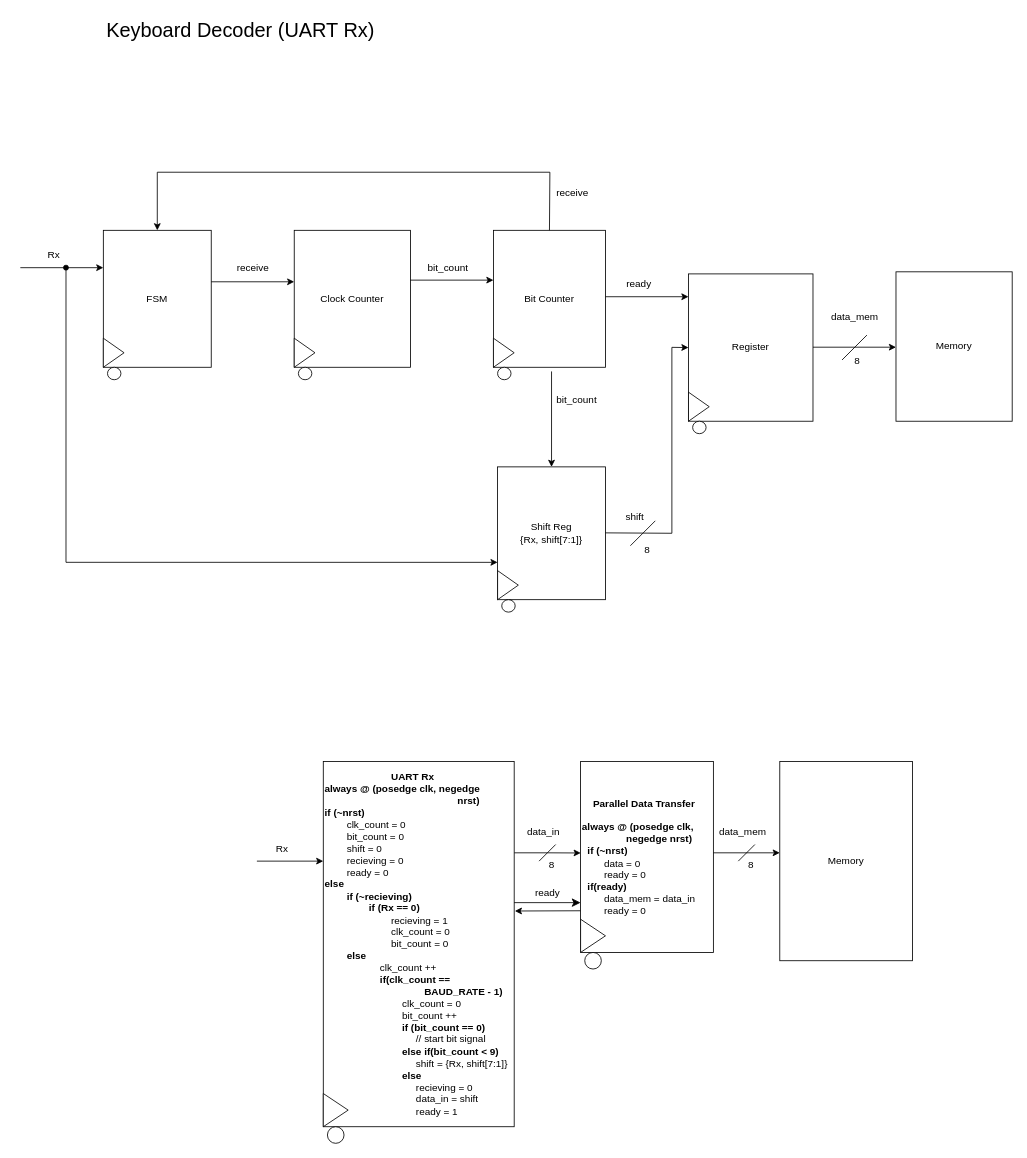
Earlier version of the draw.io diagram Keyboard_Decoder.drawio (limichael246/STARS_2024). Source tidied: cells renumbered, new cells numbered last; positions are measured from the earlier drawing's top-left corner, leaving out a move shared by most shapes. Both pictures are drawn from the tidied source at 83%, with x=0, y=0 at pixel (20, 14).
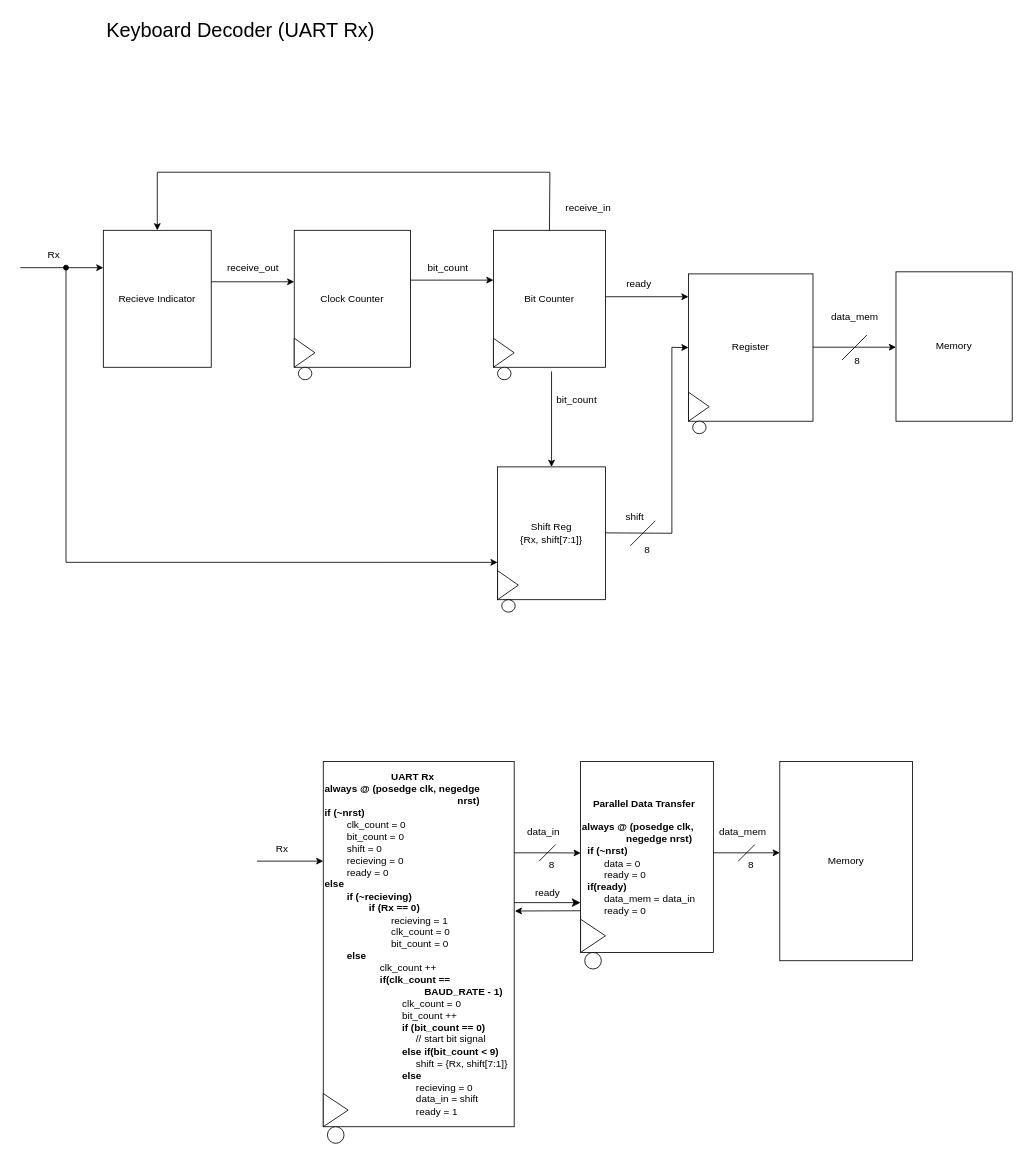
Above is the later version.

What changed in the source:
```diff
@@
-    <mxCell id="25" value="FSM" style="whiteSpace=wrap;html=1;" parent="1" vertex="1">
+    <mxCell id="25" value="Recieve Indicator" style="whiteSpace=wrap;html=1;" parent="1" vertex="1">
       <mxGeometry x="100" y="260" width="130" height="165" as="geometry" />
     </mxCell>
@@
-    <mxCell id="27" value="receive" style="text;html=1;align=center;verticalAlign=middle;strokeColor=none;fillColor=none;" parent="1" vertex="1">
-      <mxGeometry x="250" y="290" width="60" height="30" as="geometry" />
+    <mxCell id="27" value="receive_out" style="text;html=1;align=center;verticalAlign=middle;strokeColor=none;fillColor=none;" parent="1" vertex="1">
+      <mxGeometry x="240" y="292" width="80" height="26" as="geometry" />
     </mxCell>
@@
-    <mxCell id="32" style="triangle;whiteSpace=wrap;html=1;" parent="1" vertex="1">
-      <mxGeometry x="100" y="390" width="25" height="35" as="geometry" />
-    </mxCell>
-    <mxCell id="33" style="ellipse;whiteSpace=wrap;html=1;" parent="1" vertex="1">
-      <mxGeometry x="105" y="425" width="16.2" height="15" as="geometry" />
-    </mxCell>
@@
-    <mxCell id="51" value="receive" style="text;html=1;align=center;verticalAlign=middle;strokeColor=none;fillColor=none;" parent="1" vertex="1">
-      <mxGeometry x="635" y="200" width="60" height="30" as="geometry" />
+    <mxCell id="51" value="receive_in" style="text;html=1;align=center;verticalAlign=middle;strokeColor=none;fillColor=none;" parent="1" vertex="1">
+      <mxGeometry x="647" y="220" width="73" height="26" as="geometry" />
     </mxCell>
```
